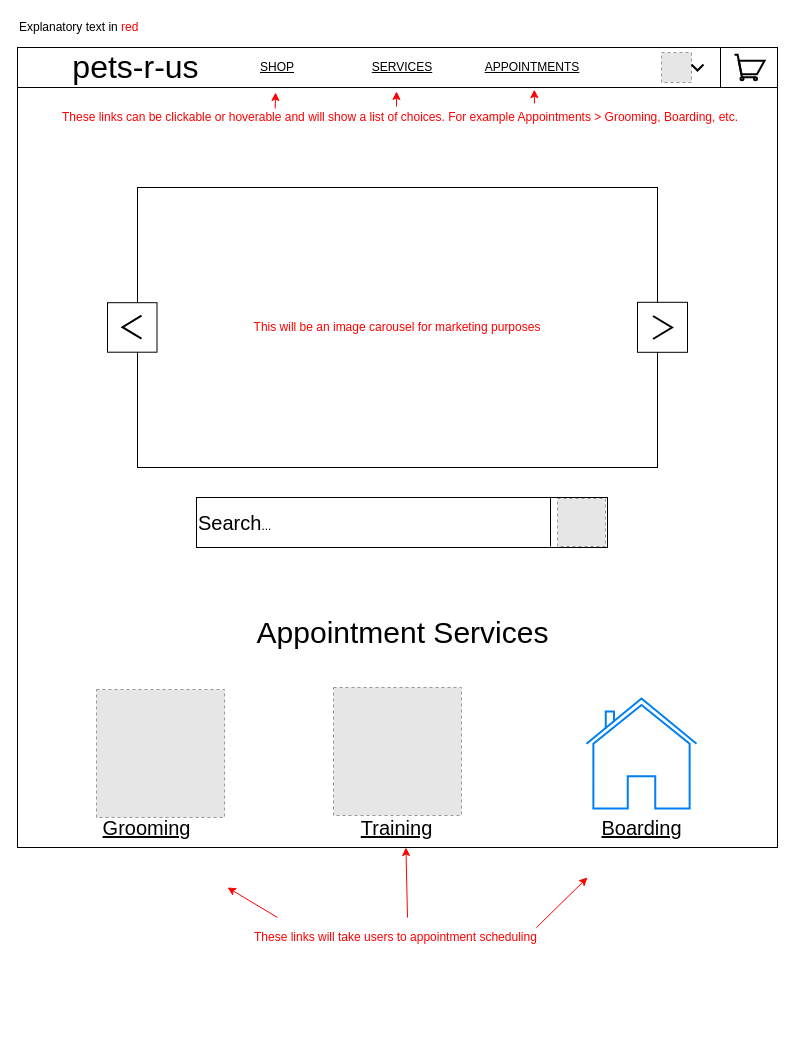
The draw.io diagram Wireframe2.drawio in joneskj55/wireframes, before the edit. Source tidied: cells renumbered, new cells numbered last; positions are measured from the earlier drawing's top-left corner, leaving out a move shared by most shapes. Both pictures are drawn from the tidied source at 100%, with x=0, y=0 at pixel (17, 17). Pictures stored in the file or linked from it are replaced by grey dashed boxes.
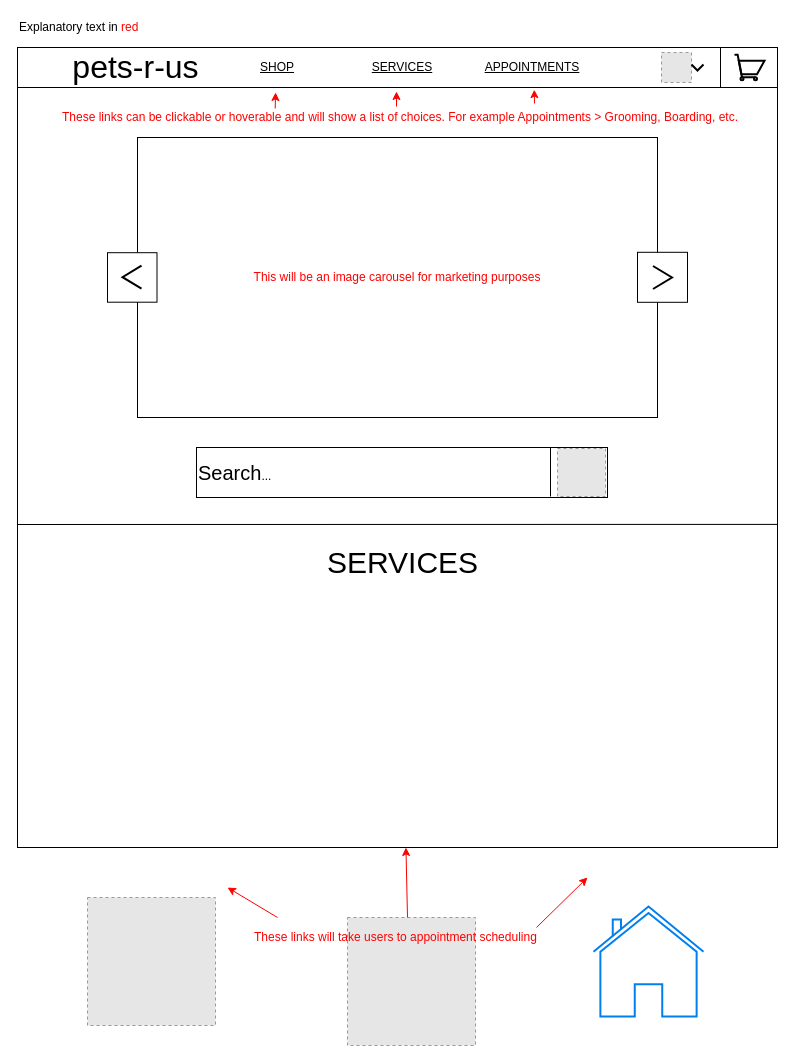
After the change.

Change to the diagram source:
```diff
@@
     <mxCell id="4" style="fillColor=#E6E6E6;strokeColor=#999999;dashed=1;html=1;verticalAlign=top;verticalLabelPosition=bottom;labelBackgroundColor=#ffffff;" parent="1" vertex="1">
-      <mxGeometry x="79" y="672" width="128" height="128" as="geometry" />
+      <mxGeometry x="70" y="880" width="128" height="128" as="geometry" />
     </mxCell>
     <mxCell id="5" style="fillColor=#E6E6E6;strokeColor=#999999;dashed=1;html=1;verticalAlign=top;verticalLabelPosition=bottom;labelBackgroundColor=#ffffff;" parent="1" vertex="1">
-      <mxGeometry x="316" y="670" width="128" height="128" as="geometry" />
+      <mxGeometry x="330" y="900" width="128" height="128" as="geometry" />
     </mxCell>
     <mxCell id="6" style="html=1;verticalLabelPosition=bottom;align=center;labelBackgroundColor=#ffffff;verticalAlign=top;strokeWidth=2;strokeColor=#0080F0;shadow=0;dashed=0;shape=mxgraph.ios7.icons.home;" parent="1" vertex="1">
-      <mxGeometry x="569" y="681" width="110" height="110" as="geometry" />
+      <mxGeometry x="576" y="889" width="110" height="110" as="geometry" />
     </mxCell>
-    <mxCell id="7" value="&lt;font style=&quot;font-size: 30px&quot;&gt;Appointment Services&lt;/font&gt;" style="text;html=1;align=center;verticalAlign=middle;" parent="1" vertex="1">
-      <mxGeometry x="230" y="600" width="310" height="30" as="geometry" />
+    <mxCell id="7" value="&lt;font style=&quot;font-size: 30px&quot;&gt;SERVICES&lt;/font&gt;" style="text;html=1;align=center;verticalAlign=middle;" parent="1" vertex="1">
+      <mxGeometry x="299.5" y="530" width="170" height="30" as="geometry" />
     </mxCell>
-    <mxCell id="8" value="&lt;font style=&quot;font-size: 20px&quot;&gt;&lt;u&gt;Grooming&lt;/u&gt;&lt;/font&gt;" style="text;html=1;align=center;verticalAlign=middle;" parent="1" vertex="1">
-      <mxGeometry x="79" y="800" width="100" height="20" as="geometry" />
-    </mxCell>
-    <mxCell id="9" value="&lt;font style=&quot;font-size: 20px&quot;&gt;&lt;u&gt;Training&lt;/u&gt;&lt;/font&gt;" style="text;html=1;align=center;verticalAlign=middle;" parent="1" vertex="1">
-      <mxGeometry x="334" y="800" width="90" height="20" as="geometry" />
-    </mxCell>
-    <mxCell id="10" value="&lt;font style=&quot;font-size: 20px&quot;&gt;&lt;u&gt;Boarding&lt;/u&gt;&lt;/font&gt;" style="text;html=1;align=center;verticalAlign=middle;" parent="1" vertex="1">
-      <mxGeometry x="574" y="800" width="100" height="20" as="geometry" />
-    </mxCell>
@@
     <mxCell id="27" value="&lt;font color=&quot;#ff0000&quot;&gt;This will be an image carousel for marketing purposes&lt;/font&gt;" style="rounded=0;whiteSpace=wrap;html=1;strokeColor=#000000;" parent="1" vertex="1">
-      <mxGeometry x="120" y="170" width="520" height="280" as="geometry" />
+      <mxGeometry x="120" y="120" width="520" height="280" as="geometry" />
     </mxCell>
     <mxCell id="28" style="whiteSpace=wrap;html=1;strokeColor=#000000;" parent="1" vertex="1">
-      <mxGeometry x="90" y="285.2" width="49.5" height="49.5" as="geometry" />
+      <mxGeometry x="90" y="235.2" width="49.5" height="49.5" as="geometry" />
     </mxCell>
     <mxCell id="29" style="whiteSpace=wrap;html=1;strokeColor=#000000;" parent="1" vertex="1">
-      <mxGeometry x="620" y="284.8" width="50" height="50" as="geometry" />
+      <mxGeometry x="620" y="234.8" width="50" height="50" as="geometry" />
     </mxCell>
     <mxCell id="30" style="html=1;verticalLabelPosition=bottom;labelBackgroundColor=#ffffff;verticalAlign=top;shadow=0;dashed=0;strokeWidth=2;shape=mxgraph.ios7.misc.down;direction=south;" parent="1" vertex="1">
-      <mxGeometry x="105" y="298.2" width="19" height="23" as="geometry" />
+      <mxGeometry x="105" y="248.2" width="19" height="23" as="geometry" />
     </mxCell>
     <mxCell id="31" style="html=1;verticalLabelPosition=bottom;labelBackgroundColor=#ffffff;verticalAlign=top;shadow=0;dashed=0;strokeWidth=2;shape=mxgraph.ios7.misc.down;direction=north;" parent="1" vertex="1">
-      <mxGeometry x="635.5" y="298.5" width="19" height="23" as="geometry" />
+      <mxGeometry x="635.5" y="248.5" width="19" height="23" as="geometry" />
     </mxCell>
     <mxCell id="32" value="&lt;font style=&quot;font-size: 20px&quot;&gt;Search&lt;/font&gt;..." style="rounded=0;whiteSpace=wrap;html=1;strokeColor=#000000;align=left;" parent="1" vertex="1">
-      <mxGeometry x="179" y="480" width="411" height="50" as="geometry" />
+      <mxGeometry x="179" y="430" width="411" height="50" as="geometry" />
     </mxCell>
     <mxCell id="33" style="fillColor=#E6E6E6;strokeColor=#999999;dashed=1;html=1;verticalAlign=top;verticalLabelPosition=bottom;labelBackgroundColor=#ffffff;" parent="1" vertex="1">
-      <mxGeometry x="540" y="481" width="48" height="48" as="geometry" />
+      <mxGeometry x="540" y="431" width="48" height="48" as="geometry" />
     </mxCell>
     <mxCell id="34" style="endArrow=none;html=1;" parent="1" edge="1">
       <mxGeometry relative="1" as="geometry">
-        <mxPoint x="533" y="529" as="sourcePoint" />
-        <mxPoint x="533" y="480" as="targetPoint" />
+        <mxPoint x="533" y="479" as="sourcePoint" />
+        <mxPoint x="533" y="430" as="targetPoint" />
       </mxGeometry>
     </mxCell>
+    <mxCell id="35" style="endArrow=none;html=1;strokeColor=#000000;entryX=1;entryY=0.592;entryDx=0;entryDy=0;entryPerimeter=0;" parent="1" edge="1">
+      <mxGeometry relative="1" as="geometry">
+        <mxPoint y="507" as="sourcePoint" />
+        <mxPoint x="760" y="506.9" as="targetPoint" />
+      </mxGeometry>
+    </mxCell>
```
